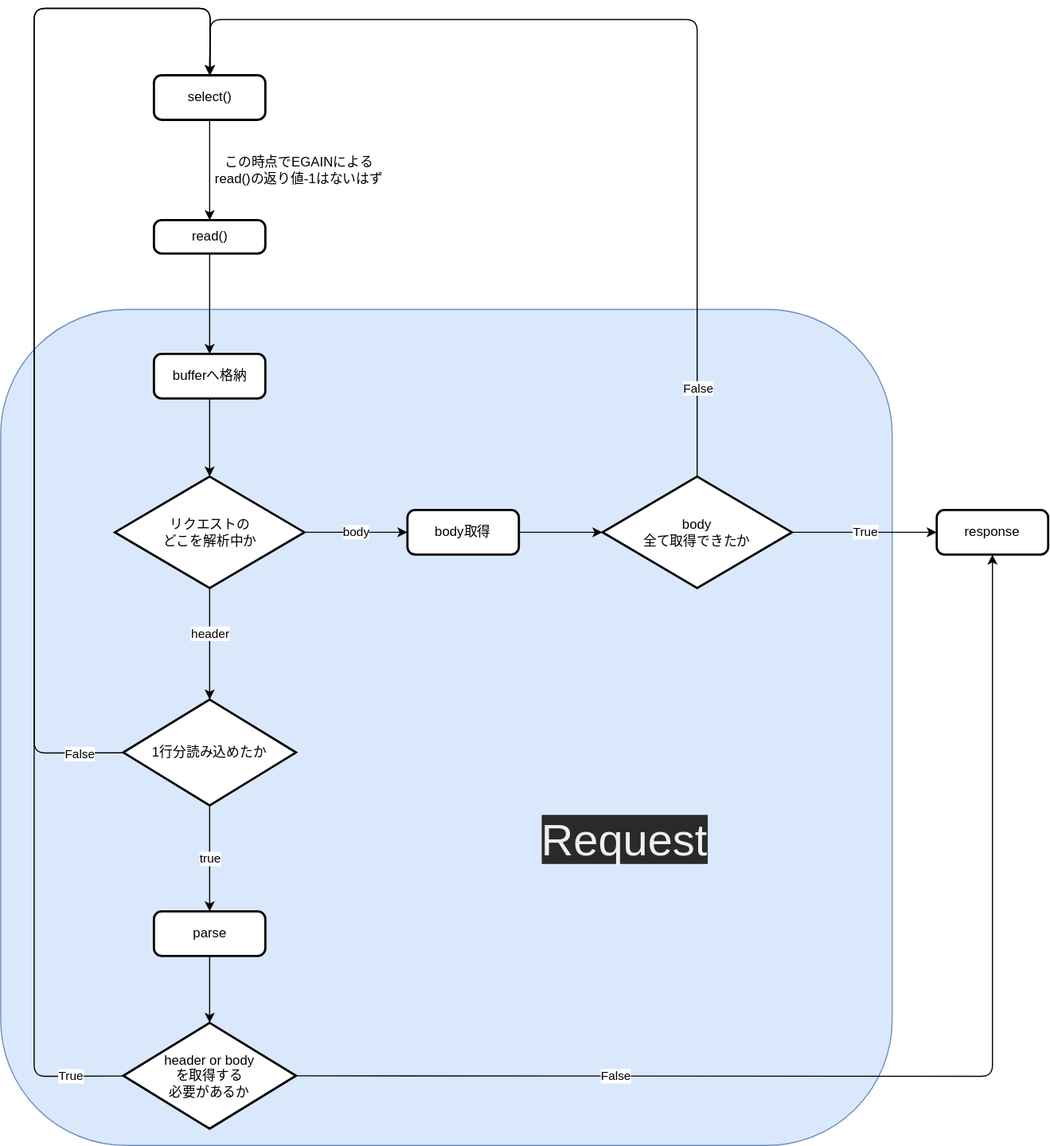
Above: drawing/flow.drawio.svg in kohkubo/webserv (draw.io), before the change. Source tidied: cells renumbered, new cells last; positions are measured from the earlier drawing's top-left corner, leaving out a move shared by most shapes.
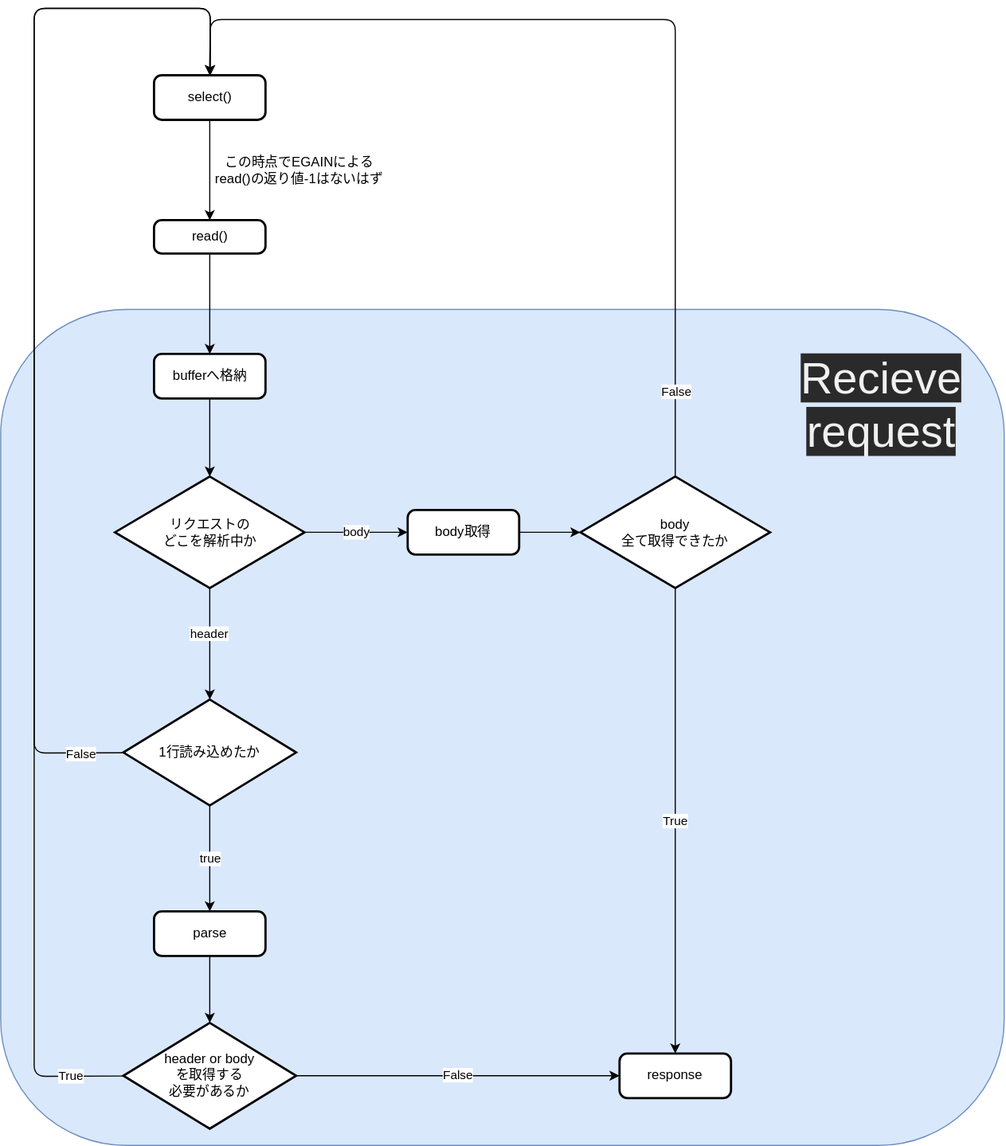
Above is the later version.

Commit message:
リファクタ

What changed in the source:
```diff
@@ -3,7 +3,7 @@
     <mxCell id="0" />
     <mxCell id="1" parent="0" />
     <mxCell id="2" style="rounded=1;whiteSpace=wrap;html=1;fillColor=#dae8fc;strokeColor=#6c8ebf;" parent="1" vertex="1">
-      <mxGeometry y="270" width="800" height="750" as="geometry" />
+      <mxGeometry y="270" width="900" height="750" as="geometry" />
     </mxCell>
     <mxCell id="3" value="この時点でEGAINによる&lt;br&gt;read()の返り値-1はないはず" style="text;html=1;strokeColor=none;fillColor=none;align=center;verticalAlign=middle;whiteSpace=wrap;rounded=0;" parent="1" vertex="1">
       <mxGeometry x="187.5" y="130" width="160" height="30" as="geometry" />
@@ -25,7 +25,7 @@
         <mxPoint x="-22" y="3" as="offset" />
       </mxGeometry>
     </mxCell>
-    <mxCell id="7" value="1行分読み込めたか" style="strokeWidth=2;html=1;shape=mxgraph.flowchart.decision;whiteSpace=wrap;" parent="1" vertex="1">
+    <mxCell id="7" value="1行読み込めたか" style="strokeWidth=2;html=1;shape=mxgraph.flowchart.decision;whiteSpace=wrap;" parent="1" vertex="1">
       <mxGeometry x="110" y="620" width="155" height="95" as="geometry" />
     </mxCell>
     <mxCell id="8" style="edgeStyle=none;html=1;entryX=0.5;entryY=0;entryDx=0;entryDy=0;strokeColor=#000000;" parent="1" edge="1" source="9" target="11">
@@ -73,7 +73,7 @@
     <mxCell id="22" style="edgeStyle=none;html=1;entryX=0.5;entryY=0;entryDx=0;entryDy=0;strokeColor=#000000;" parent="1" edge="1" source="25" target="9">
       <mxGeometry relative="1" as="geometry">
         <Array as="points">
-          <mxPoint x="625" y="10" />
+          <mxPoint x="605" y="10" />
           <mxPoint x="188" y="10" />
         </Array>
       </mxGeometry>
@@ -87,21 +87,11 @@
       <mxGeometry relative="1" as="geometry" />
     </mxCell>
     <mxCell id="25" value="body&lt;br&gt;全て取得できたか" style="strokeWidth=2;html=1;shape=mxgraph.flowchart.decision;whiteSpace=wrap;" parent="1" vertex="1">
-      <mxGeometry x="540" y="420" width="170" height="100" as="geometry" />
+      <mxGeometry x="520" y="420" width="170" height="100" as="geometry" />
     </mxCell>
     <mxCell id="26" value="response" style="rounded=1;whiteSpace=wrap;html=1;absoluteArcSize=1;arcSize=14;strokeWidth=2;" parent="1" vertex="1">
-      <mxGeometry x="840" y="450" width="100" height="40" as="geometry" />
+      <mxGeometry x="555" y="937.5" width="100" height="40" as="geometry" />
     </mxCell>
-    <mxCell id="27" style="edgeStyle=none;html=1;entryX=0.5;entryY=1;entryDx=0;entryDy=0;strokeColor=#000000;" parent="1" edge="1" source="31" target="26">
-      <mxGeometry relative="1" as="geometry">
-        <Array as="points">
-          <mxPoint x="890" y="958" />
-        </Array>
-      </mxGeometry>
-    </mxCell>
-    <mxCell id="28" value="False" style="edgeLabel;html=1;align=center;verticalAlign=middle;" parent="27" vertex="1">
-      <mxGeometry x="-0.48" y="1" relative="1" as="geometry" />
-    </mxCell>
     <mxCell id="29" style="edgeStyle=none;html=1;strokeColor=#000000;" parent="1" edge="1" source="31">
       <mxGeometry relative="1" as="geometry">
         <mxPoint x="188" y="60" as="targetPoint" />
@@ -115,11 +105,14 @@
     <mxCell id="30" value="True" style="edgeLabel;html=1;align=center;verticalAlign=middle;" parent="29" vertex="1">
       <mxGeometry x="-0.92" y="-1" relative="1" as="geometry" />
     </mxCell>
+    <mxCell id="28" value="False" style="edgeStyle=none;html=1;strokeColor=#000000;" parent="1" edge="1" source="31" target="26">
+      <mxGeometry relative="1" as="geometry" />
+    </mxCell>
     <mxCell id="31" value="header or body&lt;br&gt;を取得する&lt;br&gt;必要があるか" style="strokeWidth=2;html=1;shape=mxgraph.flowchart.decision;whiteSpace=wrap;" parent="1" vertex="1">
       <mxGeometry x="110" y="910" width="155" height="95" as="geometry" />
     </mxCell>
-    <mxCell id="32" value="&lt;meta charset=&quot;utf-8&quot;&gt;&lt;span style=&quot;color: rgb(240, 240, 240); font-family: helvetica; font-size: 40px; font-style: normal; font-weight: 400; letter-spacing: normal; text-align: center; text-indent: 0px; text-transform: none; word-spacing: 0px; background-color: rgb(42, 42, 42); display: inline; float: none;&quot;&gt;Request&lt;/span&gt;" style="text;html=1;strokeColor=none;fillColor=none;align=center;verticalAlign=middle;whiteSpace=wrap;rounded=0;fontSize=40;" parent="1" vertex="1">
-      <mxGeometry x="530" y="730" width="60" height="30" as="geometry" />
+    <mxCell id="32" value="&lt;span style=&quot;color: rgb(240 , 240 , 240) ; font-family: &amp;#34;helvetica&amp;#34; ; font-size: 40px ; font-style: normal ; font-weight: 400 ; letter-spacing: normal ; text-align: center ; text-indent: 0px ; text-transform: none ; word-spacing: 0px ; background-color: rgb(42 , 42 , 42) ; display: inline ; float: none&quot;&gt;Recieve&lt;br&gt;request&lt;br&gt;&lt;/span&gt;" style="text;html=1;strokeColor=none;fillColor=none;align=center;verticalAlign=middle;whiteSpace=wrap;rounded=0;fontSize=40;" parent="1" vertex="1">
+      <mxGeometry x="700" y="300" width="180" height="110" as="geometry" />
     </mxCell>
   </root>
 </mxGraphModel>
```
